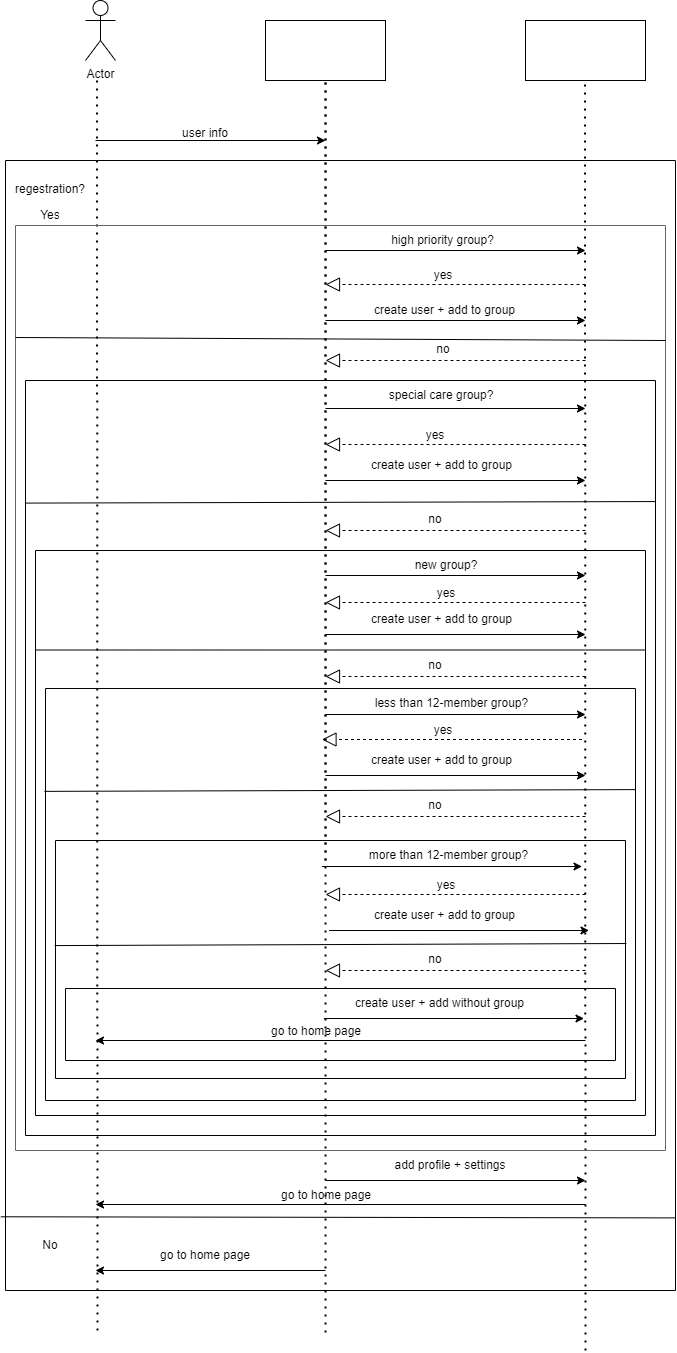
AyaGElsaadany/RegestrationSystemUML keeps this draw.io diagram as RegestrationSystem.drawio.png. Above is the earlier version. Source tidied: cells renumbered, new cells last; positions are measured from the earlier drawing's top-left corner, leaving out a move shared by most shapes.
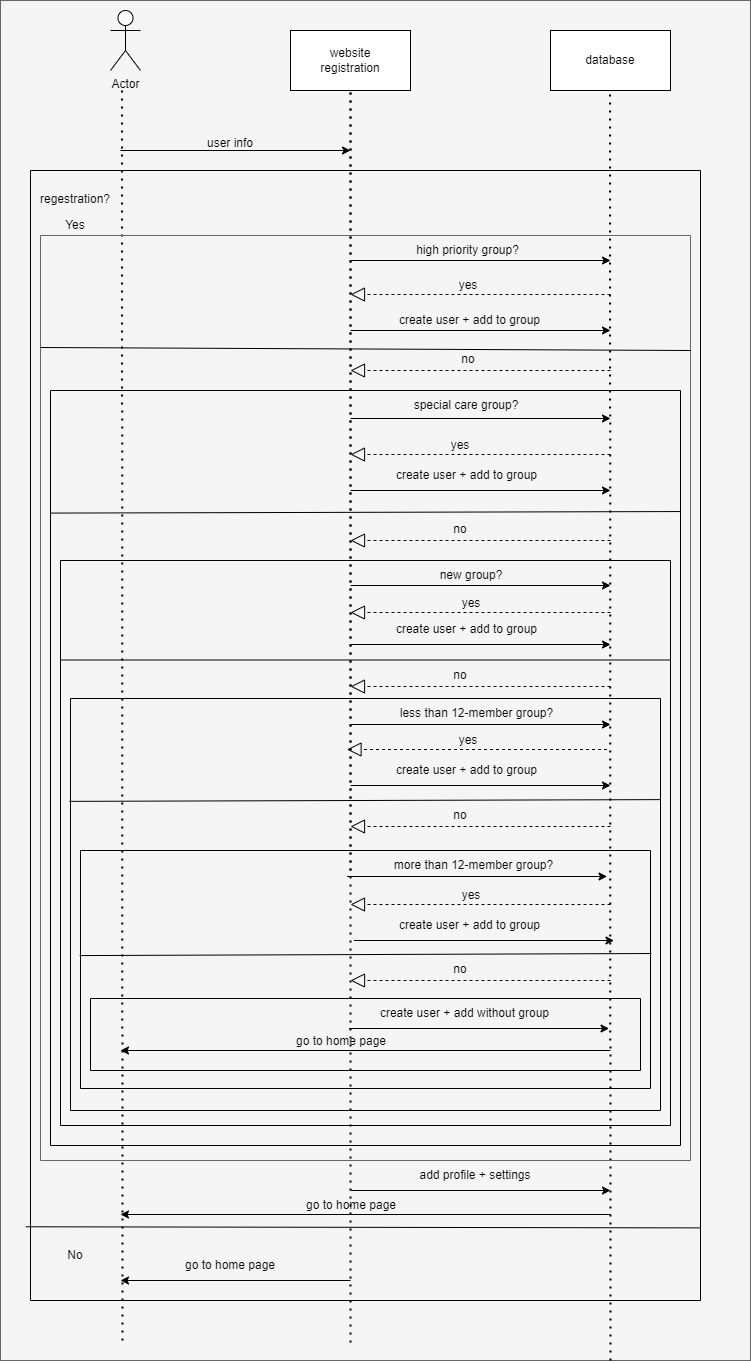
Above is the later version.

Change to the diagram source:
```diff
@@ -2,6 +2,9 @@
   <root>
     <mxCell id="0" />
     <mxCell id="1" parent="0" />
+    <mxCell id="77" style="rounded=0;whiteSpace=wrap;html=1;fillColor=#f5f5f5;fontColor=#333333;strokeColor=#666666;" parent="1" vertex="1">
+      <mxGeometry x="-25" y="-10" width="750" height="1360" as="geometry" />
+    </mxCell>
     <mxCell id="2" style="rounded=0;whiteSpace=wrap;html=1;" parent="1" vertex="1">
       <mxGeometry x="265" y="20" width="120" height="60" as="geometry" />
     </mxCell>
@@ -334,5 +337,11 @@
         <mxPoint x="675" y="1217.4" as="targetPoint" />
       </mxGeometry>
     </mxCell>
+    <mxCell id="78" value="website registration" style="text;html=1;strokeColor=none;fillColor=none;align=center;verticalAlign=middle;whiteSpace=wrap;rounded=0;" parent="1" vertex="1">
+      <mxGeometry x="275" y="35" width="100" height="30" as="geometry" />
+    </mxCell>
+    <mxCell id="79" value="database" style="text;html=1;strokeColor=none;fillColor=none;align=center;verticalAlign=middle;whiteSpace=wrap;rounded=0;" parent="1" vertex="1">
+      <mxGeometry x="555" y="35" width="60" height="30" as="geometry" />
+    </mxCell>
   </root>
 </mxGraphModel>
```
